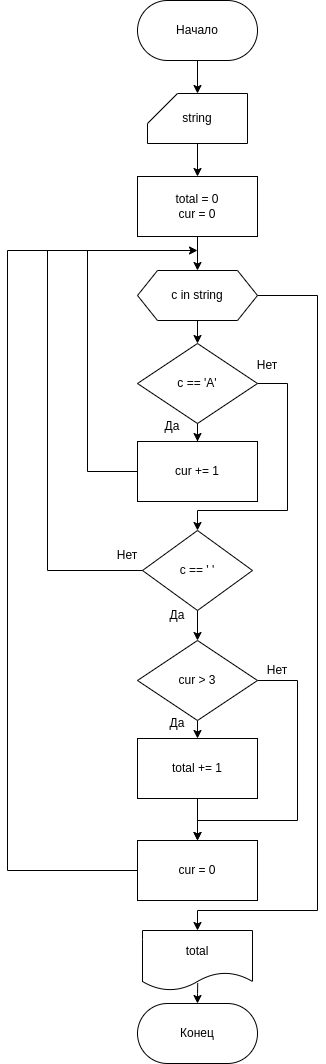
Above: reports/hw1.drawio.png in reddiridabl666/ICS6-Assembly (draw.io), before the change. Source tidied: cells renumbered, new cells last; positions are measured from the earlier drawing's top-left corner, leaving out a move shared by most shapes. The source it was exported from:
```xml
<mxGraphModel>
  <root>
    <mxCell id="0" />
    <mxCell id="1" parent="0" />
    <mxCell id="2" style="edgeStyle=orthogonalEdgeStyle;rounded=0;jettySize=auto;html=1;" parent="1" edge="1" source="3" target="28">
      <mxGeometry relative="1" as="geometry" />
    </mxCell>
    <mxCell id="3" value="Начало" style="rounded=1;whiteSpace=wrap;html=1;arcSize=50;" parent="1" vertex="1">
      <mxGeometry x="130" width="120" height="60" as="geometry" />
    </mxCell>
    <mxCell id="4" style="edgeStyle=orthogonalEdgeStyle;rounded=0;jettySize=auto;html=1;exitX=0.5;exitY=0;exitDx=0;exitDy=0;entryX=0.502;entryY=0.879;entryDx=0;entryDy=0;entryPerimeter=0;endArrow=none;endFill=0;startArrow=classic;startFill=1;" parent="1" edge="1" source="5" target="26">
      <mxGeometry relative="1" as="geometry">
        <Array as="points">
          <mxPoint x="190" y="993" />
          <mxPoint x="190" y="993" />
        </Array>
      </mxGeometry>
    </mxCell>
    <mxCell id="5" value="Конец" style="rounded=1;whiteSpace=wrap;html=1;arcSize=50;" parent="1" vertex="1">
      <mxGeometry x="130" y="1003" width="120" height="60" as="geometry" />
    </mxCell>
    <mxCell id="6" style="edgeStyle=orthogonalEdgeStyle;rounded=0;jettySize=auto;html=1;entryX=0.5;entryY=0;entryDx=0;entryDy=0;" parent="1" edge="1" source="7" target="10">
      <mxGeometry relative="1" as="geometry" />
    </mxCell>
    <mxCell id="7" value="total = 0&lt;br&gt;cur = 0" style="rounded=0;whiteSpace=wrap;html=1;" parent="1" vertex="1">
      <mxGeometry x="130" y="176" width="120" height="60" as="geometry" />
    </mxCell>
    <mxCell id="8" style="edgeStyle=orthogonalEdgeStyle;rounded=0;jettySize=auto;html=1;" parent="1" edge="1" source="10" target="13">
      <mxGeometry relative="1" as="geometry" />
    </mxCell>
    <mxCell id="9" style="edgeStyle=orthogonalEdgeStyle;rounded=0;jettySize=auto;html=1;exitX=1;exitY=0.5;exitDx=0;exitDy=0;entryX=0.5;entryY=0;entryDx=0;entryDy=0;" parent="1" edge="1" source="10" target="26">
      <mxGeometry relative="1" as="geometry">
        <Array as="points">
          <mxPoint x="310" y="295" />
          <mxPoint x="310" y="910" />
          <mxPoint x="190" y="910" />
        </Array>
      </mxGeometry>
    </mxCell>
    <mxCell id="10" value="c in string" style="shape=hexagon;perimeter=hexagonPerimeter2;whiteSpace=wrap;html=1;fixedSize=1;" parent="1" vertex="1">
      <mxGeometry x="130" y="270" width="120" height="50" as="geometry" />
    </mxCell>
    <mxCell id="11" style="edgeStyle=orthogonalEdgeStyle;rounded=0;jettySize=auto;html=1;" parent="1" edge="1" source="13" target="18">
      <mxGeometry relative="1" as="geometry" />
    </mxCell>
    <mxCell id="12" style="edgeStyle=orthogonalEdgeStyle;rounded=0;jettySize=auto;html=1;entryX=0.5;entryY=0;entryDx=0;entryDy=0;" parent="1" edge="1" source="13" target="16">
      <mxGeometry relative="1" as="geometry">
        <Array as="points">
          <mxPoint x="280" y="383" />
          <mxPoint x="280" y="510" />
          <mxPoint x="190" y="510" />
        </Array>
      </mxGeometry>
    </mxCell>
    <mxCell id="13" value="c == 'A'" style="rhombus;whiteSpace=wrap;html=1;" parent="1" vertex="1">
      <mxGeometry x="130" y="343" width="120" height="80" as="geometry" />
    </mxCell>
    <mxCell id="14" style="edgeStyle=orthogonalEdgeStyle;rounded=0;jettySize=auto;html=1;exitX=0.5;exitY=1;exitDx=0;exitDy=0;entryX=0.5;entryY=0;entryDx=0;entryDy=0;" parent="1" edge="1" source="16" target="23">
      <mxGeometry relative="1" as="geometry" />
    </mxCell>
    <mxCell id="15" style="edgeStyle=orthogonalEdgeStyle;rounded=0;jettySize=auto;html=1;exitX=0;exitY=0.5;exitDx=0;exitDy=0;endArrow=none;endFill=0;" parent="1" edge="1" source="16">
      <mxGeometry relative="1" as="geometry">
        <mxPoint x="40" y="250" as="targetPoint" />
      </mxGeometry>
    </mxCell>
    <mxCell id="16" value="c == ' '" style="rhombus;whiteSpace=wrap;html=1;" parent="1" vertex="1">
      <mxGeometry x="135" y="530" width="110" height="80" as="geometry" />
    </mxCell>
    <mxCell id="17" style="edgeStyle=orthogonalEdgeStyle;rounded=0;jettySize=auto;html=1;exitX=0;exitY=0.5;exitDx=0;exitDy=0;endArrow=none;endFill=0;" parent="1" edge="1" source="18">
      <mxGeometry relative="1" as="geometry">
        <mxPoint x="80" y="250" as="targetPoint" />
      </mxGeometry>
    </mxCell>
    <mxCell id="18" value="cur += 1" style="rounded=0;whiteSpace=wrap;html=1;" parent="1" vertex="1">
      <mxGeometry x="130" y="441" width="120" height="60" as="geometry" />
    </mxCell>
    <mxCell id="19" style="edgeStyle=orthogonalEdgeStyle;rounded=0;jettySize=auto;html=1;exitX=0;exitY=0.5;exitDx=0;exitDy=0;" parent="1" edge="1" source="20">
      <mxGeometry relative="1" as="geometry">
        <mxPoint x="190" y="250" as="targetPoint" />
        <Array as="points">
          <mxPoint y="870" />
          <mxPoint y="250" />
        </Array>
      </mxGeometry>
    </mxCell>
    <mxCell id="20" value="cur = 0" style="rounded=0;whiteSpace=wrap;html=1;" parent="1" vertex="1">
      <mxGeometry x="130" y="840" width="120" height="60" as="geometry" />
    </mxCell>
    <mxCell id="21" style="edgeStyle=orthogonalEdgeStyle;rounded=0;jettySize=auto;html=1;exitX=0.5;exitY=1;exitDx=0;exitDy=0;entryX=0.5;entryY=0;entryDx=0;entryDy=0;" parent="1" edge="1" source="23" target="25">
      <mxGeometry relative="1" as="geometry" />
    </mxCell>
    <mxCell id="22" style="edgeStyle=orthogonalEdgeStyle;rounded=0;jettySize=auto;html=1;exitX=1;exitY=0.5;exitDx=0;exitDy=0;entryX=0.5;entryY=0;entryDx=0;entryDy=0;" parent="1" edge="1" source="23" target="20">
      <mxGeometry relative="1" as="geometry">
        <Array as="points">
          <mxPoint x="290" y="680" />
          <mxPoint x="290" y="820" />
          <mxPoint x="190" y="820" />
        </Array>
      </mxGeometry>
    </mxCell>
    <mxCell id="23" value="cur &amp;gt; 3" style="rhombus;whiteSpace=wrap;html=1;" parent="1" vertex="1">
      <mxGeometry x="130" y="640" width="120" height="80" as="geometry" />
    </mxCell>
    <mxCell id="24" style="edgeStyle=orthogonalEdgeStyle;rounded=0;jettySize=auto;html=1;exitX=0.5;exitY=1;exitDx=0;exitDy=0;entryX=0.5;entryY=0;entryDx=0;entryDy=0;" parent="1" edge="1" source="25" target="20">
      <mxGeometry relative="1" as="geometry" />
    </mxCell>
    <mxCell id="25" value="total += 1" style="rounded=0;whiteSpace=wrap;html=1;" parent="1" vertex="1">
      <mxGeometry x="130" y="738" width="120" height="60" as="geometry" />
    </mxCell>
    <mxCell id="26" value="total" style="shape=document;whiteSpace=wrap;html=1;boundedLbl=1;" parent="1" vertex="1">
      <mxGeometry x="135" y="930" width="110" height="60" as="geometry" />
    </mxCell>
    <mxCell id="27" style="edgeStyle=orthogonalEdgeStyle;rounded=0;jettySize=auto;html=1;" parent="1" edge="1" source="28" target="7">
      <mxGeometry relative="1" as="geometry" />
    </mxCell>
    <mxCell id="28" value="string" style="shape=card;whiteSpace=wrap;html=1;" parent="1" vertex="1">
      <mxGeometry x="140" y="93" width="100" height="50" as="geometry" />
    </mxCell>
    <mxCell id="29" value="Да" style="text;html=1;strokeColor=none;fillColor=none;align=center;verticalAlign=middle;whiteSpace=wrap;rounded=0;" parent="1" vertex="1">
      <mxGeometry x="135" y="411" width="60" height="30" as="geometry" />
    </mxCell>
    <mxCell id="30" value="Да" style="text;html=1;strokeColor=none;fillColor=none;align=center;verticalAlign=middle;whiteSpace=wrap;rounded=0;" parent="1" vertex="1">
      <mxGeometry x="140" y="600" width="60" height="30" as="geometry" />
    </mxCell>
    <mxCell id="31" value="Да" style="text;html=1;strokeColor=none;fillColor=none;align=center;verticalAlign=middle;whiteSpace=wrap;rounded=0;" parent="1" vertex="1">
      <mxGeometry x="140" y="708" width="60" height="30" as="geometry" />
    </mxCell>
    <mxCell id="32" value="Нет" style="text;html=1;strokeColor=none;fillColor=none;align=center;verticalAlign=middle;whiteSpace=wrap;rounded=0;" parent="1" vertex="1">
      <mxGeometry x="230" y="350" width="60" height="30" as="geometry" />
    </mxCell>
    <mxCell id="33" value="Нет" style="text;html=1;strokeColor=none;fillColor=none;align=center;verticalAlign=middle;whiteSpace=wrap;rounded=0;" parent="1" vertex="1">
      <mxGeometry x="90" y="540" width="60" height="30" as="geometry" />
    </mxCell>
    <mxCell id="34" value="Нет" style="text;html=1;strokeColor=none;fillColor=none;align=center;verticalAlign=middle;whiteSpace=wrap;rounded=0;" parent="1" vertex="1">
      <mxGeometry x="240" y="655" width="60" height="30" as="geometry" />
    </mxCell>
  </root>
</mxGraphModel>
```
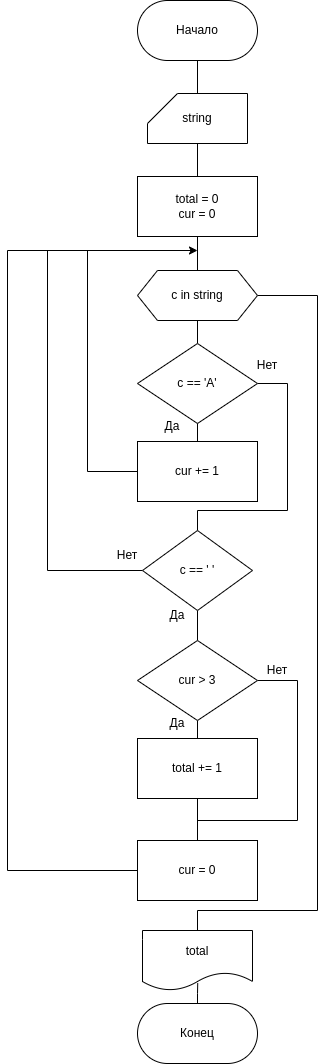
Later version of the same file.

Diff of the diagram source:
```diff
@@ -2,13 +2,13 @@
   <root>
     <mxCell id="0" />
     <mxCell id="1" parent="0" />
-    <mxCell id="2" style="edgeStyle=orthogonalEdgeStyle;rounded=0;jettySize=auto;html=1;" parent="1" edge="1" source="3" target="28">
+    <mxCell id="2" style="edgeStyle=orthogonalEdgeStyle;rounded=0;jettySize=auto;html=1;endArrow=none;endFill=0;" parent="1" edge="1" source="3" target="28">
       <mxGeometry relative="1" as="geometry" />
     </mxCell>
     <mxCell id="3" value="Начало" style="rounded=1;whiteSpace=wrap;html=1;arcSize=50;" parent="1" vertex="1">
       <mxGeometry x="130" width="120" height="60" as="geometry" />
     </mxCell>
-    <mxCell id="4" style="edgeStyle=orthogonalEdgeStyle;rounded=0;jettySize=auto;html=1;exitX=0.5;exitY=0;exitDx=0;exitDy=0;entryX=0.502;entryY=0.879;entryDx=0;entryDy=0;entryPerimeter=0;endArrow=none;endFill=0;startArrow=classic;startFill=1;" parent="1" edge="1" source="5" target="26">
+    <mxCell id="4" style="edgeStyle=orthogonalEdgeStyle;rounded=0;jettySize=auto;html=1;exitX=0.5;exitY=0;exitDx=0;exitDy=0;entryX=0.502;entryY=0.879;entryDx=0;entryDy=0;entryPerimeter=0;endArrow=none;endFill=0;startArrow=none;startFill=0;" parent="1" edge="1" source="5" target="26">
       <mxGeometry relative="1" as="geometry">
         <Array as="points">
           <mxPoint x="190" y="993" />
@@ -19,16 +19,16 @@
     <mxCell id="5" value="Конец" style="rounded=1;whiteSpace=wrap;html=1;arcSize=50;" parent="1" vertex="1">
       <mxGeometry x="130" y="1003" width="120" height="60" as="geometry" />
     </mxCell>
-    <mxCell id="6" style="edgeStyle=orthogonalEdgeStyle;rounded=0;jettySize=auto;html=1;entryX=0.5;entryY=0;entryDx=0;entryDy=0;" parent="1" edge="1" source="7" target="10">
+    <mxCell id="6" style="edgeStyle=orthogonalEdgeStyle;rounded=0;jettySize=auto;html=1;entryX=0.5;entryY=0;entryDx=0;entryDy=0;endArrow=none;endFill=0;" parent="1" edge="1" source="7" target="10">
       <mxGeometry relative="1" as="geometry" />
     </mxCell>
     <mxCell id="7" value="total = 0&lt;br&gt;cur = 0" style="rounded=0;whiteSpace=wrap;html=1;" parent="1" vertex="1">
       <mxGeometry x="130" y="176" width="120" height="60" as="geometry" />
     </mxCell>
-    <mxCell id="8" style="edgeStyle=orthogonalEdgeStyle;rounded=0;jettySize=auto;html=1;" parent="1" edge="1" source="10" target="13">
+    <mxCell id="8" style="edgeStyle=orthogonalEdgeStyle;rounded=0;jettySize=auto;html=1;endArrow=none;endFill=0;" parent="1" edge="1" source="10" target="13">
       <mxGeometry relative="1" as="geometry" />
     </mxCell>
-    <mxCell id="9" style="edgeStyle=orthogonalEdgeStyle;rounded=0;jettySize=auto;html=1;exitX=1;exitY=0.5;exitDx=0;exitDy=0;entryX=0.5;entryY=0;entryDx=0;entryDy=0;" parent="1" edge="1" source="10" target="26">
+    <mxCell id="9" style="edgeStyle=orthogonalEdgeStyle;rounded=0;jettySize=auto;html=1;exitX=1;exitY=0.5;exitDx=0;exitDy=0;entryX=0.5;entryY=0;entryDx=0;entryDy=0;endArrow=none;endFill=0;" parent="1" edge="1" source="10" target="26">
       <mxGeometry relative="1" as="geometry">
         <Array as="points">
           <mxPoint x="310" y="295" />
@@ -40,10 +40,10 @@
     <mxCell id="10" value="c in string" style="shape=hexagon;perimeter=hexagonPerimeter2;whiteSpace=wrap;html=1;fixedSize=1;" parent="1" vertex="1">
       <mxGeometry x="130" y="270" width="120" height="50" as="geometry" />
     </mxCell>
-    <mxCell id="11" style="edgeStyle=orthogonalEdgeStyle;rounded=0;jettySize=auto;html=1;" parent="1" edge="1" source="13" target="18">
+    <mxCell id="11" style="edgeStyle=orthogonalEdgeStyle;rounded=0;jettySize=auto;html=1;endArrow=none;endFill=0;" parent="1" edge="1" source="13" target="18">
       <mxGeometry relative="1" as="geometry" />
     </mxCell>
-    <mxCell id="12" style="edgeStyle=orthogonalEdgeStyle;rounded=0;jettySize=auto;html=1;entryX=0.5;entryY=0;entryDx=0;entryDy=0;" parent="1" edge="1" source="13" target="16">
+    <mxCell id="12" style="edgeStyle=orthogonalEdgeStyle;rounded=0;jettySize=auto;html=1;entryX=0.5;entryY=0;entryDx=0;entryDy=0;endArrow=none;endFill=0;" parent="1" edge="1" source="13" target="16">
       <mxGeometry relative="1" as="geometry">
         <Array as="points">
           <mxPoint x="280" y="383" />
@@ -55,7 +55,7 @@
     <mxCell id="13" value="c == 'A'" style="rhombus;whiteSpace=wrap;html=1;" parent="1" vertex="1">
       <mxGeometry x="130" y="343" width="120" height="80" as="geometry" />
     </mxCell>
-    <mxCell id="14" style="edgeStyle=orthogonalEdgeStyle;rounded=0;jettySize=auto;html=1;exitX=0.5;exitY=1;exitDx=0;exitDy=0;entryX=0.5;entryY=0;entryDx=0;entryDy=0;" parent="1" edge="1" source="16" target="23">
+    <mxCell id="14" style="edgeStyle=orthogonalEdgeStyle;rounded=0;jettySize=auto;html=1;exitX=0.5;exitY=1;exitDx=0;exitDy=0;entryX=0.5;entryY=0;entryDx=0;entryDy=0;endArrow=none;endFill=0;" parent="1" edge="1" source="16" target="23">
       <mxGeometry relative="1" as="geometry" />
     </mxCell>
     <mxCell id="15" style="edgeStyle=orthogonalEdgeStyle;rounded=0;jettySize=auto;html=1;exitX=0;exitY=0.5;exitDx=0;exitDy=0;endArrow=none;endFill=0;" parent="1" edge="1" source="16">
@@ -86,10 +86,10 @@
     <mxCell id="20" value="cur = 0" style="rounded=0;whiteSpace=wrap;html=1;" parent="1" vertex="1">
       <mxGeometry x="130" y="840" width="120" height="60" as="geometry" />
     </mxCell>
-    <mxCell id="21" style="edgeStyle=orthogonalEdgeStyle;rounded=0;jettySize=auto;html=1;exitX=0.5;exitY=1;exitDx=0;exitDy=0;entryX=0.5;entryY=0;entryDx=0;entryDy=0;" parent="1" edge="1" source="23" target="25">
+    <mxCell id="21" style="edgeStyle=orthogonalEdgeStyle;rounded=0;jettySize=auto;html=1;exitX=0.5;exitY=1;exitDx=0;exitDy=0;entryX=0.5;entryY=0;entryDx=0;entryDy=0;endArrow=none;endFill=0;" parent="1" edge="1" source="23" target="25">
       <mxGeometry relative="1" as="geometry" />
     </mxCell>
-    <mxCell id="22" style="edgeStyle=orthogonalEdgeStyle;rounded=0;jettySize=auto;html=1;exitX=1;exitY=0.5;exitDx=0;exitDy=0;entryX=0.5;entryY=0;entryDx=0;entryDy=0;" parent="1" edge="1" source="23" target="20">
+    <mxCell id="22" style="edgeStyle=orthogonalEdgeStyle;rounded=0;jettySize=auto;html=1;exitX=1;exitY=0.5;exitDx=0;exitDy=0;entryX=0.5;entryY=0;entryDx=0;entryDy=0;endArrow=none;endFill=0;" parent="1" edge="1" source="23" target="20">
       <mxGeometry relative="1" as="geometry">
         <Array as="points">
           <mxPoint x="290" y="680" />
@@ -101,7 +101,7 @@
     <mxCell id="23" value="cur &amp;gt; 3" style="rhombus;whiteSpace=wrap;html=1;" parent="1" vertex="1">
       <mxGeometry x="130" y="640" width="120" height="80" as="geometry" />
     </mxCell>
-    <mxCell id="24" style="edgeStyle=orthogonalEdgeStyle;rounded=0;jettySize=auto;html=1;exitX=0.5;exitY=1;exitDx=0;exitDy=0;entryX=0.5;entryY=0;entryDx=0;entryDy=0;" parent="1" edge="1" source="25" target="20">
+    <mxCell id="24" style="edgeStyle=orthogonalEdgeStyle;rounded=0;jettySize=auto;html=1;exitX=0.5;exitY=1;exitDx=0;exitDy=0;entryX=0.5;entryY=0;entryDx=0;entryDy=0;endArrow=none;endFill=0;" parent="1" edge="1" source="25" target="20">
       <mxGeometry relative="1" as="geometry" />
     </mxCell>
     <mxCell id="25" value="total += 1" style="rounded=0;whiteSpace=wrap;html=1;" parent="1" vertex="1">
@@ -110,7 +110,7 @@
     <mxCell id="26" value="total" style="shape=document;whiteSpace=wrap;html=1;boundedLbl=1;" parent="1" vertex="1">
       <mxGeometry x="135" y="930" width="110" height="60" as="geometry" />
     </mxCell>
-    <mxCell id="27" style="edgeStyle=orthogonalEdgeStyle;rounded=0;jettySize=auto;html=1;" parent="1" edge="1" source="28" target="7">
+    <mxCell id="27" style="edgeStyle=orthogonalEdgeStyle;rounded=0;jettySize=auto;html=1;endArrow=none;endFill=0;" parent="1" edge="1" source="28" target="7">
       <mxGeometry relative="1" as="geometry" />
     </mxCell>
     <mxCell id="28" value="string" style="shape=card;whiteSpace=wrap;html=1;" parent="1" vertex="1">
```
